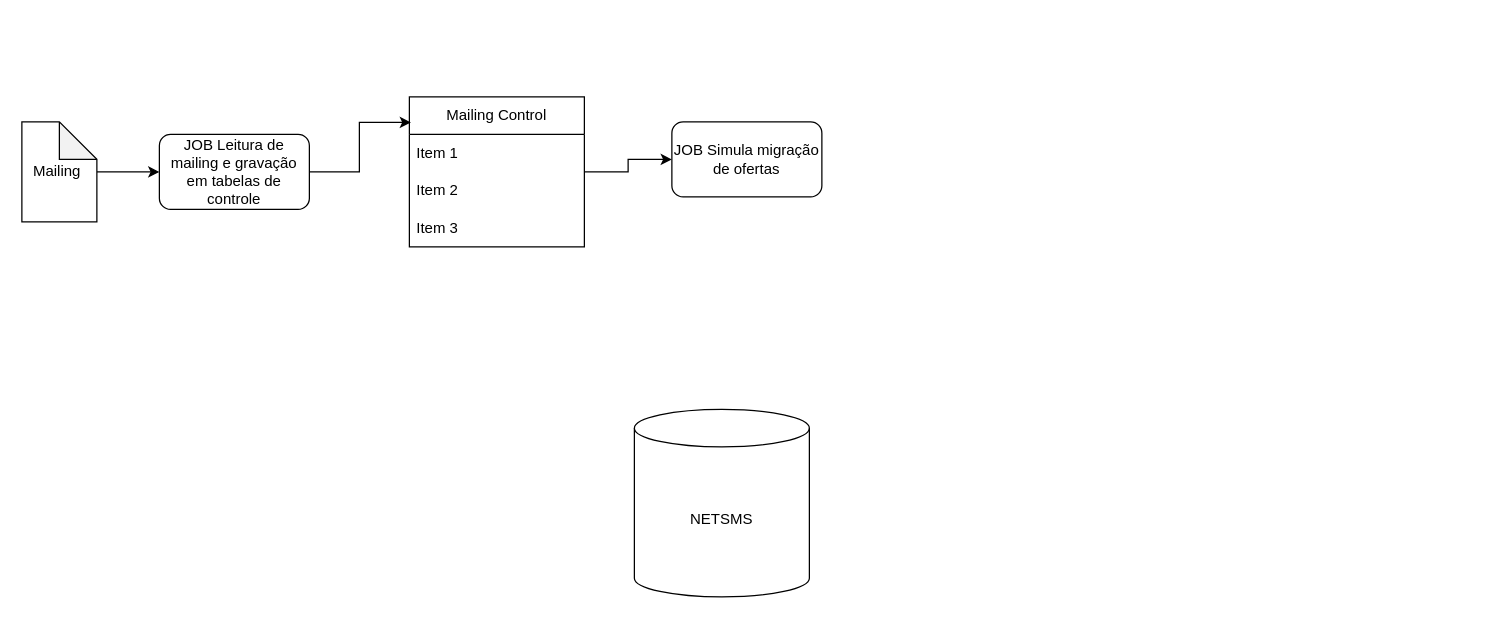
The draw.io diagram 128002 RGC765 Tombamento de base involuntária.drawio in samirali/ClaroBrasil, before the edit. Source tidied: cells renumbered, new cells numbered last; positions are measured from the earlier drawing's top-left corner, leaving out a move shared by most shapes. Both pictures are drawn from the tidied source at 125%, with x=0, y=0 at pixel (21, 96).
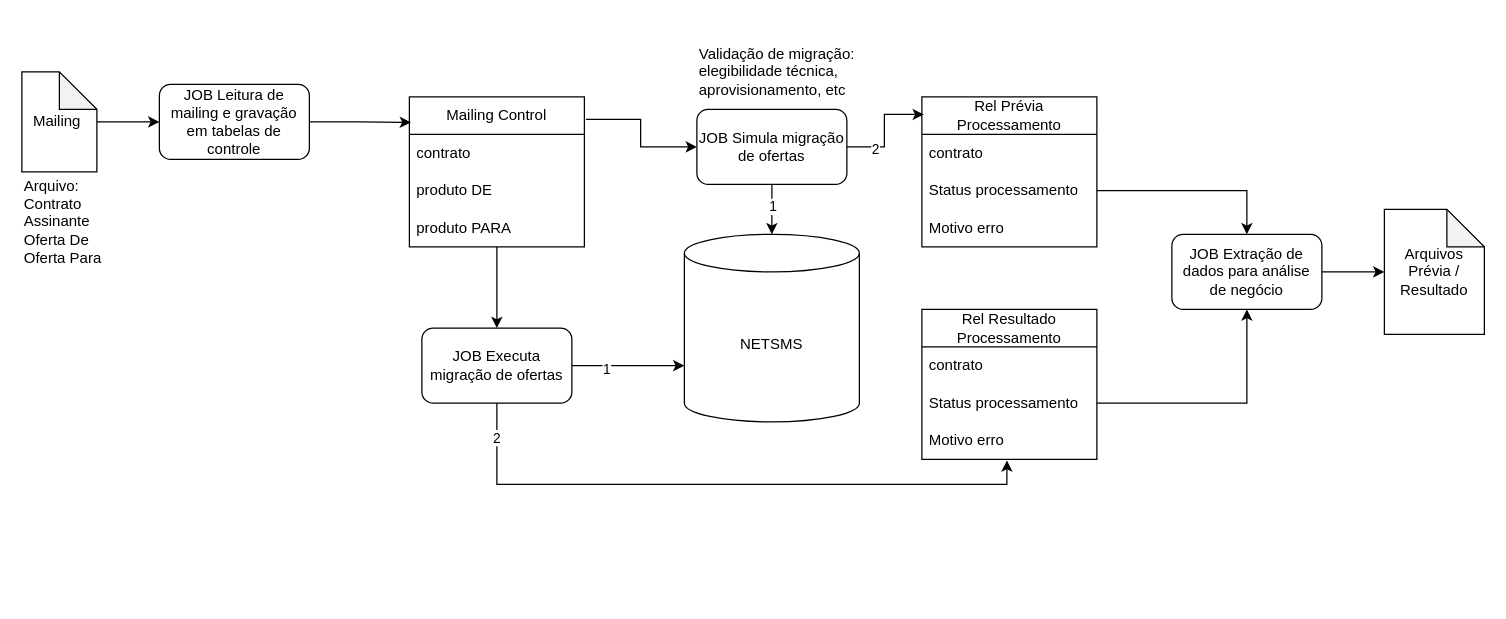
Above is the later version.

The change refers to these unchanged cells:
```xml
<mxCell id="6" value="Mailing Control" style="swimlane;fontStyle=0;horizontal=1;startSize=30;whiteSpace=wrap;html=1;" parent="1" vertex="1">
  <mxGeometry x="310" width="140" height="120" as="geometry" />
</mxCell>
```

Diff of the diagram source:
```diff
@@
     <mxCell id="3" value="Mailing&amp;nbsp;" style="shape=note;whiteSpace=wrap;html=1;backgroundOutline=1;darkOpacity=0.05;" parent="1" vertex="1">
-      <mxGeometry y="20" width="60" height="80" as="geometry" />
+      <mxGeometry y="-20" width="60" height="80" as="geometry" />
     </mxCell>
     <mxCell id="4" value="JOB Leitura de mailing e gravação em tabelas de controle" style="rounded=1;whiteSpace=wrap;html=1;" parent="1" vertex="1">
-      <mxGeometry x="110" y="30" width="120" height="60" as="geometry" />
+      <mxGeometry x="110" y="-10" width="120" height="60" as="geometry" />
     </mxCell>
-    <mxCell id="5" style="edgeStyle=orthogonalEdgeStyle;rounded=0;jettySize=auto;html=1;entryX=0;entryY=0.5;entryDx=0;entryDy=0;" parent="1" edge="1" source="6" target="12">
+    <mxCell id="5" style="edgeStyle=orthogonalEdgeStyle;rounded=0;jettySize=auto;html=1;entryX=0;entryY=0.5;entryDx=0;entryDy=0;exitX=1.009;exitY=0.15;exitDx=0;exitDy=0;exitPerimeter=0;" parent="1" edge="1" source="6" target="12">
       <mxGeometry relative="1" as="geometry" />
     </mxCell>
+    <mxCell id="13" style="edgeStyle=orthogonalEdgeStyle;rounded=0;jettySize=auto;html=1;" parent="1" edge="1" source="6" target="24">
+      <mxGeometry relative="1" as="geometry" />
+    </mxCell>
@@
-    <mxCell id="7" value="Item 1" style="text;strokeColor=none;fillColor=none;align=left;verticalAlign=middle;spacingLeft=4;spacingRight=4;overflow=hidden;whiteSpace=wrap;html=1;" parent="6" vertex="1">
+    <mxCell id="7" value="contrato" style="text;strokeColor=none;fillColor=none;align=left;verticalAlign=middle;spacingLeft=4;spacingRight=4;overflow=hidden;whiteSpace=wrap;html=1;" parent="6" vertex="1">
       <mxGeometry y="30" width="140" height="30" as="geometry" />
     </mxCell>
-    <mxCell id="8" value="Item 2" style="text;strokeColor=none;fillColor=none;align=left;verticalAlign=middle;spacingLeft=4;spacingRight=4;overflow=hidden;whiteSpace=wrap;html=1;" parent="6" vertex="1">
+    <mxCell id="8" value="produto DE" style="text;strokeColor=none;fillColor=none;align=left;verticalAlign=middle;spacingLeft=4;spacingRight=4;overflow=hidden;whiteSpace=wrap;html=1;" parent="6" vertex="1">
       <mxGeometry y="60" width="140" height="30" as="geometry" />
     </mxCell>
-    <mxCell id="9" value="Item 3" style="text;strokeColor=none;fillColor=none;align=left;verticalAlign=middle;spacingLeft=4;spacingRight=4;overflow=hidden;whiteSpace=wrap;html=1;" parent="6" vertex="1">
+    <mxCell id="9" value="produto PARA" style="text;strokeColor=none;fillColor=none;align=left;verticalAlign=middle;spacingLeft=4;spacingRight=4;overflow=hidden;whiteSpace=wrap;html=1;" parent="6" vertex="1">
       <mxGeometry y="90" width="140" height="30" as="geometry" />
     </mxCell>
@@
     <mxCell id="11" value="NETSMS" style="shape=cylinder3;whiteSpace=wrap;html=1;boundedLbl=1;backgroundOutline=1;size=15;" parent="1" vertex="1">
-      <mxGeometry x="490" y="250" width="140" height="150" as="geometry" />
+      <mxGeometry x="530" y="110" width="140" height="150" as="geometry" />
     </mxCell>
     <mxCell id="12" value="JOB Simula migração de ofertas" style="rounded=1;whiteSpace=wrap;html=1;" parent="1" vertex="1">
-      <mxGeometry x="520" y="20" width="120" height="60" as="geometry" />
+      <mxGeometry x="540" y="10" width="120" height="60" as="geometry" />
     </mxCell>
+    <mxCell id="14" value="Arquivo:&amp;nbsp;&lt;div&gt;Contrato&lt;/div&gt;&lt;div&gt;Assinante&lt;/div&gt;&lt;div&gt;Oferta De&lt;/div&gt;&lt;div&gt;Oferta Para&lt;/div&gt;" style="text;html=1;align=left;verticalAlign=middle;whiteSpace=wrap;rounded=0;" parent="1" vertex="1">
+      <mxGeometry y="60" width="90" height="80" as="geometry" />
+    </mxCell>
+    <mxCell id="15" value="Validação de migração: elegibilidade técnica, aprovisionamento, etc" style="text;html=1;align=left;verticalAlign=middle;whiteSpace=wrap;rounded=0;" parent="1" vertex="1">
+      <mxGeometry x="540" y="-60" width="140" height="80" as="geometry" />
+    </mxCell>
+    <mxCell id="16" style="edgeStyle=orthogonalEdgeStyle;rounded=0;jettySize=auto;html=1;entryX=0.5;entryY=0;entryDx=0;entryDy=0;entryPerimeter=0;" parent="1" edge="1" source="12" target="11">
+      <mxGeometry relative="1" as="geometry" />
+    </mxCell>
+    <mxCell id="17" value="1" style="edgeLabel;html=1;align=center;verticalAlign=middle;" parent="16" vertex="1">
+      <mxGeometry x="-0.14" relative="1" as="geometry" />
+    </mxCell>
+    <mxCell id="18" value="Rel Prévia Processamento" style="swimlane;fontStyle=0;horizontal=1;startSize=30;whiteSpace=wrap;html=1;" parent="1" vertex="1">
+      <mxGeometry x="720" width="140" height="120" as="geometry" />
+    </mxCell>
+    <mxCell id="19" value="contrato" style="text;strokeColor=none;fillColor=none;align=left;verticalAlign=middle;spacingLeft=4;spacingRight=4;overflow=hidden;whiteSpace=wrap;html=1;" parent="18" vertex="1">
+      <mxGeometry y="30" width="140" height="30" as="geometry" />
+    </mxCell>
+    <mxCell id="20" value="Status processamento" style="text;strokeColor=none;fillColor=none;align=left;verticalAlign=middle;spacingLeft=4;spacingRight=4;overflow=hidden;points=[[0,0.5],[1,0.5]];portConstraint=eastwest;whiteSpace=wrap;html=1;" parent="18" vertex="1">
+      <mxGeometry y="60" width="140" height="30" as="geometry" />
+    </mxCell>
+    <mxCell id="21" value="Motivo erro" style="text;strokeColor=none;fillColor=none;align=left;verticalAlign=middle;spacingLeft=4;spacingRight=4;overflow=hidden;whiteSpace=wrap;html=1;" parent="18" vertex="1">
+      <mxGeometry y="90" width="140" height="30" as="geometry" />
+    </mxCell>
+    <mxCell id="22" style="edgeStyle=orthogonalEdgeStyle;rounded=0;jettySize=auto;html=1;entryX=0.011;entryY=0.117;entryDx=0;entryDy=0;entryPerimeter=0;" parent="1" edge="1" source="12" target="18">
+      <mxGeometry relative="1" as="geometry" />
+    </mxCell>
+    <mxCell id="23" value="2" style="edgeLabel;html=1;align=center;verticalAlign=middle;" parent="22" vertex="1">
+      <mxGeometry x="-0.5" y="-1" relative="1" as="geometry" />
+    </mxCell>
+    <mxCell id="24" value="JOB Executa migração de ofertas" style="rounded=1;whiteSpace=wrap;html=1;" parent="1" vertex="1">
+      <mxGeometry x="320" y="185" width="120" height="60" as="geometry" />
+    </mxCell>
+    <mxCell id="25" style="edgeStyle=orthogonalEdgeStyle;rounded=0;jettySize=auto;html=1;entryX=0;entryY=0;entryDx=0;entryDy=105;entryPerimeter=0;" parent="1" edge="1" source="24" target="11">
+      <mxGeometry relative="1" as="geometry" />
+    </mxCell>
+    <mxCell id="26" value="1" style="edgeLabel;html=1;align=center;verticalAlign=middle;" parent="25" vertex="1">
+      <mxGeometry x="-0.4" y="-2" relative="1" as="geometry" />
+    </mxCell>
+    <mxCell id="27" value="Rel Resultado Processamento" style="swimlane;fontStyle=0;horizontal=1;startSize=30;whiteSpace=wrap;html=1;" parent="1" vertex="1">
+      <mxGeometry x="720" y="170" width="140" height="120" as="geometry" />
+    </mxCell>
+    <mxCell id="28" value="contrato" style="text;strokeColor=none;fillColor=none;align=left;verticalAlign=middle;spacingLeft=4;spacingRight=4;overflow=hidden;whiteSpace=wrap;html=1;" parent="27" vertex="1">
+      <mxGeometry y="30" width="140" height="30" as="geometry" />
+    </mxCell>
+    <mxCell id="29" value="Status processamento" style="text;strokeColor=none;fillColor=none;align=left;verticalAlign=middle;spacingLeft=4;spacingRight=4;overflow=hidden;points=[[0,0.5],[1,0.5]];portConstraint=eastwest;whiteSpace=wrap;html=1;" parent="27" vertex="1">
+      <mxGeometry y="60" width="140" height="30" as="geometry" />
+    </mxCell>
+    <mxCell id="30" value="Motivo erro" style="text;strokeColor=none;fillColor=none;align=left;verticalAlign=middle;spacingLeft=4;spacingRight=4;overflow=hidden;points=[[0,0.5],[1,0.5]];portConstraint=eastwest;whiteSpace=wrap;html=1;" parent="27" vertex="1">
+      <mxGeometry y="90" width="140" height="30" as="geometry" />
+    </mxCell>
+    <mxCell id="31" style="edgeStyle=orthogonalEdgeStyle;rounded=0;jettySize=auto;html=1;entryX=0.486;entryY=1.027;entryDx=0;entryDy=0;entryPerimeter=0;" parent="1" edge="1" source="24" target="30">
+      <mxGeometry relative="1" as="geometry" />
+    </mxCell>
+    <mxCell id="32" value="2" style="edgeLabel;html=1;align=center;verticalAlign=middle;" parent="31" vertex="1">
+      <mxGeometry x="-0.89" y="-1" relative="1" as="geometry" />
+    </mxCell>
+    <mxCell id="33" value="JOB Extração de dados para análise de negócio" style="rounded=1;whiteSpace=wrap;html=1;" parent="1" vertex="1">
+      <mxGeometry x="920" y="110" width="120" height="60" as="geometry" />
+    </mxCell>
+    <mxCell id="34" style="edgeStyle=orthogonalEdgeStyle;rounded=0;jettySize=auto;html=1;entryX=0.5;entryY=0;entryDx=0;entryDy=0;" parent="1" edge="1" source="20" target="33">
+      <mxGeometry relative="1" as="geometry" />
+    </mxCell>
+    <mxCell id="35" style="edgeStyle=orthogonalEdgeStyle;rounded=0;jettySize=auto;html=1;entryX=0.5;entryY=1;entryDx=0;entryDy=0;" parent="1" edge="1" source="29" target="33">
+      <mxGeometry relative="1" as="geometry" />
+    </mxCell>
+    <mxCell id="36" value="Arquivos Prévia / Resultado" style="shape=note;whiteSpace=wrap;html=1;backgroundOutline=1;darkOpacity=0.05;" parent="1" vertex="1">
+      <mxGeometry x="1090" y="90" width="80" height="100" as="geometry" />
+    </mxCell>
+    <mxCell id="37" style="edgeStyle=orthogonalEdgeStyle;rounded=0;jettySize=auto;html=1;entryX=0;entryY=0.5;entryDx=0;entryDy=0;entryPerimeter=0;" parent="1" edge="1" source="33" target="36">
+      <mxGeometry relative="1" as="geometry" />
+    </mxCell>
```
